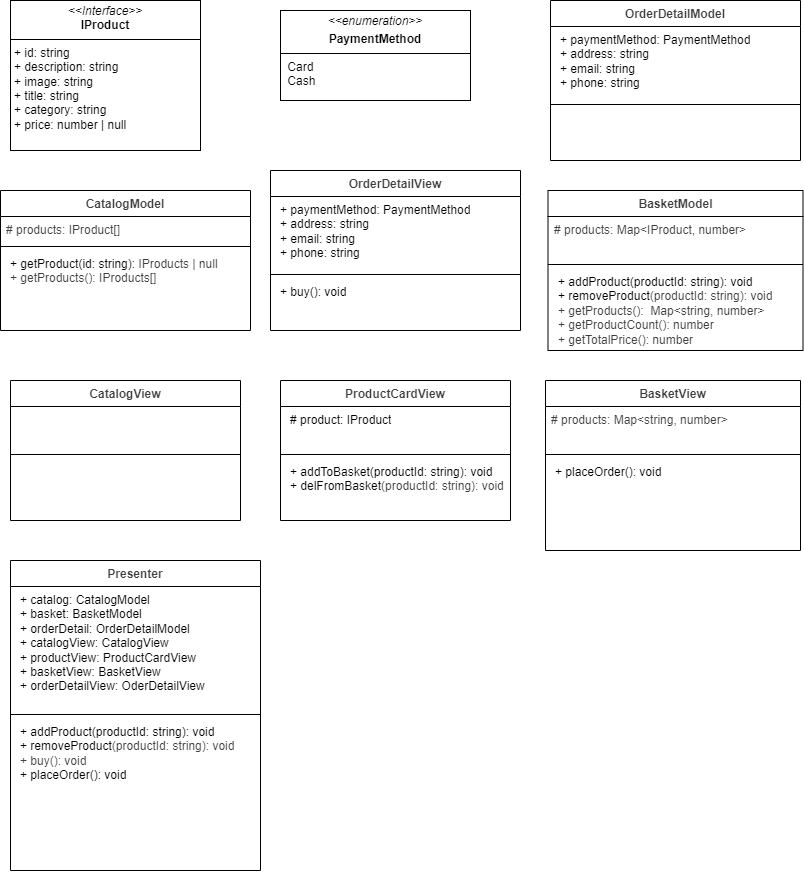
This is UML.drawio.png from NikolayMayorov/web-larek-frontend, a draw.io export, as it was before one commit. Source tidied: cells renumbered, new cells last; positions are measured from the earlier drawing's top-left corner, leaving out a move shared by most shapes. The source it was exported from:
```xml
<mxGraphModel>
  <root>
    <mxCell id="0" />
    <mxCell id="1" parent="0" />
    <mxCell id="2" value="&lt;p style=&quot;margin:0px;margin-top:4px;text-align:center;&quot;&gt;&lt;i&gt;&amp;lt;&amp;lt;Interface&amp;gt;&amp;gt;&lt;/i&gt;&lt;br&gt;&lt;b&gt;IProduct&lt;/b&gt;&lt;/p&gt;&lt;hr size=&quot;1&quot; style=&quot;border-style:solid;&quot;&gt;&lt;p style=&quot;margin:0px;margin-left:4px;&quot;&gt;+ id: string&lt;br&gt;+ description: string&lt;/p&gt;&lt;p style=&quot;margin:0px;margin-left:4px;&quot;&gt;+ image: string&lt;/p&gt;&lt;p style=&quot;margin:0px;margin-left:4px;&quot;&gt;+ title: string&lt;/p&gt;&lt;p style=&quot;margin:0px;margin-left:4px;&quot;&gt;+ category: string&lt;/p&gt;&lt;p style=&quot;margin:0px;margin-left:4px;&quot;&gt;+ price: number | null&lt;/p&gt;&lt;p style=&quot;margin:0px;margin-left:4px;&quot;&gt;&lt;br&gt;&lt;/p&gt;" style="verticalAlign=top;align=left;overflow=fill;html=1;whiteSpace=wrap;" parent="1" vertex="1">
      <mxGeometry x="10" width="190" height="150" as="geometry" />
    </mxCell>
    <mxCell id="3" value="&lt;p style=&quot;margin:0px;margin-top:4px;text-align:center;&quot;&gt;&lt;i&gt;&amp;lt;&amp;lt;&lt;/i&gt;&lt;span style=&quot;background-color: transparent; text-align: left;&quot;&gt;&lt;i&gt;enumeration&lt;/i&gt;&lt;/span&gt;&lt;i style=&quot;background-color: transparent;&quot;&gt;&amp;gt;&amp;gt;&lt;/i&gt;&lt;/p&gt;&lt;p style=&quot;margin:0px;margin-top:4px;text-align:center;&quot;&gt;&lt;b&gt;PaymentMethod&lt;/b&gt;&lt;/p&gt;&lt;hr size=&quot;1&quot; style=&quot;border-style:solid;&quot;&gt;&lt;p style=&quot;margin:0px;margin-left:4px;&quot;&gt;&amp;nbsp;Card&lt;/p&gt;&lt;p style=&quot;margin:0px;margin-left:4px;&quot;&gt;&amp;nbsp;Cash&lt;/p&gt;&lt;p style=&quot;margin:0px;margin-left:4px;&quot;&gt;&lt;br&gt;&lt;/p&gt;" style="verticalAlign=top;align=left;overflow=fill;html=1;whiteSpace=wrap;" parent="1" vertex="1">
      <mxGeometry x="280" y="10" width="190" height="90" as="geometry" />
    </mxCell>
    <mxCell id="4" value="&lt;b style=&quot;color: rgb(63, 63, 63);&quot;&gt;CatalogModel&lt;/b&gt;" style="swimlane;fontStyle=1;align=center;verticalAlign=top;horizontal=1;startSize=26;whiteSpace=wrap;html=1;" parent="1" vertex="1">
      <mxGeometry y="190" width="250" height="140" as="geometry" />
    </mxCell>
    <mxCell id="5" value="&lt;span style=&quot;color: rgb(63, 63, 63);&quot;&gt;# products: IProduct[]&lt;/span&gt;" style="text;strokeColor=none;fillColor=none;align=left;verticalAlign=top;spacingLeft=4;spacingRight=4;overflow=hidden;whiteSpace=wrap;html=1;" parent="4" vertex="1">
      <mxGeometry y="26" width="250" height="26" as="geometry" />
    </mxCell>
    <mxCell id="6" style="line;strokeWidth=1;fillColor=none;align=left;verticalAlign=middle;spacingTop=-1;spacingLeft=3;spacingRight=3;labelPosition=right;strokeColor=inherit;" parent="4" vertex="1">
      <mxGeometry y="52" width="250" height="8" as="geometry" />
    </mxCell>
    <mxCell id="7" value="&lt;p style=&quot;margin: 0px 0px 0px 4px;&quot;&gt;&lt;span style=&quot;background-color: transparent;&quot;&gt;+ getProduct(id: string):&amp;nbsp;&lt;/span&gt;&lt;span style=&quot;background-color: transparent; color: rgb(63, 63, 63);&quot;&gt;IProducts | null&lt;/span&gt;&lt;/p&gt;&lt;p style=&quot;margin: 0px 0px 0px 4px;&quot;&gt;&lt;span style=&quot;color: rgb(63, 63, 63);&quot;&gt;+ getProducts():&amp;nbsp;&lt;/span&gt;&lt;span style=&quot;color: rgb(63, 63, 63);&quot;&gt;IProducts[]&lt;/span&gt;&lt;/p&gt;" style="text;strokeColor=none;fillColor=none;align=left;verticalAlign=top;spacingLeft=4;spacingRight=4;overflow=hidden;whiteSpace=wrap;html=1;" parent="4" vertex="1">
      <mxGeometry y="60" width="250" height="80" as="geometry" />
    </mxCell>
    <mxCell id="8" value="&lt;b style=&quot;color: rgb(63, 63, 63);&quot;&gt;BasketModel&lt;/b&gt;" style="swimlane;fontStyle=1;align=center;verticalAlign=top;horizontal=1;startSize=26;whiteSpace=wrap;html=1;" parent="1" vertex="1">
      <mxGeometry x="547.5" y="190" width="255" height="160" as="geometry" />
    </mxCell>
    <mxCell id="9" value="&lt;span style=&quot;color: rgb(63, 63, 63);&quot;&gt;# products: Map&amp;lt;IProduct, number&amp;gt;&lt;/span&gt;" style="text;strokeColor=none;fillColor=none;align=left;verticalAlign=top;spacingLeft=4;spacingRight=4;overflow=hidden;whiteSpace=wrap;html=1;" parent="8" vertex="1">
      <mxGeometry y="26" width="255" height="44" as="geometry" />
    </mxCell>
    <mxCell id="10" style="line;strokeWidth=1;fillColor=none;align=left;verticalAlign=middle;spacingTop=-1;spacingLeft=3;spacingRight=3;labelPosition=right;strokeColor=inherit;" parent="8" vertex="1">
      <mxGeometry y="70" width="255" height="8" as="geometry" />
    </mxCell>
    <mxCell id="11" value="&lt;p style=&quot;margin: 0px 0px 0px 4px;&quot;&gt;+ addProduct(productId: string): void&lt;/p&gt;&lt;p style=&quot;margin: 0px 0px 0px 4px;&quot;&gt;+ removeProduct&lt;span style=&quot;background-color: transparent; color: rgb(63, 63, 63);&quot;&gt;(productId: string): void&lt;/span&gt;&lt;/p&gt;&lt;p style=&quot;margin: 0px 0px 0px 4px;&quot;&gt;&lt;span style=&quot;color: rgb(63, 63, 63);&quot;&gt;+ getProducts():&amp;nbsp;&amp;nbsp;&lt;/span&gt;&lt;span style=&quot;color: rgb(63, 63, 63); background-color: transparent;&quot;&gt;Map&amp;lt;string, number&amp;gt;&lt;/span&gt;&lt;/p&gt;&lt;p style=&quot;margin: 0px 0px 0px 4px;&quot;&gt;&lt;span style=&quot;color: rgb(63, 63, 63); background-color: transparent;&quot;&gt;&lt;span style=&quot;color: rgb(63, 63, 63);&quot;&gt;+ getProductCount(): number&lt;/span&gt;&lt;/span&gt;&lt;/p&gt;&lt;p style=&quot;margin: 0px 0px 0px 4px;&quot;&gt;&lt;span style=&quot;color: rgb(63, 63, 63);&quot;&gt;+ getTotalPrice(): number&lt;/span&gt;&lt;/p&gt;" style="text;strokeColor=none;fillColor=none;align=left;verticalAlign=top;spacingLeft=4;spacingRight=4;overflow=hidden;whiteSpace=wrap;html=1;" parent="8" vertex="1">
      <mxGeometry y="78" width="255" height="82" as="geometry" />
    </mxCell>
    <mxCell id="12" value="&lt;b style=&quot;color: rgb(63, 63, 63);&quot;&gt;ProductCardView&lt;/b&gt;&lt;div&gt;&lt;b style=&quot;color: rgb(63, 63, 63);&quot;&gt;&lt;br&gt;&lt;/b&gt;&lt;/div&gt;" style="swimlane;fontStyle=1;align=center;verticalAlign=top;horizontal=1;startSize=26;whiteSpace=wrap;html=1;" parent="1" vertex="1">
      <mxGeometry x="280" y="380" width="230" height="140" as="geometry" />
    </mxCell>
    <mxCell id="13" value="&lt;p style=&quot;margin: 0px 0px 0px 4px;&quot;&gt;# product: IProduct&lt;br&gt;&lt;/p&gt;&lt;p style=&quot;margin: 0px 0px 0px 4px;&quot;&gt;&lt;br style=&quot;color: rgb(63, 63, 63);&quot;&gt;&lt;/p&gt;" style="text;strokeColor=none;fillColor=none;align=left;verticalAlign=top;spacingLeft=4;spacingRight=4;overflow=hidden;whiteSpace=wrap;html=1;" parent="12" vertex="1">
      <mxGeometry y="26" width="230" height="44" as="geometry" />
    </mxCell>
    <mxCell id="14" style="line;strokeWidth=1;fillColor=none;align=left;verticalAlign=middle;spacingTop=-1;spacingLeft=3;spacingRight=3;labelPosition=right;strokeColor=inherit;" parent="12" vertex="1">
      <mxGeometry y="70" width="230" height="8" as="geometry" />
    </mxCell>
    <mxCell id="15" value="&lt;p style=&quot;margin: 0px 0px 0px 4px;&quot;&gt;+ addToBasket(productId: string): void&lt;/p&gt;&lt;p style=&quot;margin: 0px 0px 0px 4px;&quot;&gt;+ delFromBasket&lt;span style=&quot;background-color: transparent; color: rgb(63, 63, 63);&quot;&gt;(productId: string): void&lt;/span&gt;&lt;/p&gt;" style="text;strokeColor=none;fillColor=none;align=left;verticalAlign=top;spacingLeft=4;spacingRight=4;overflow=hidden;whiteSpace=wrap;html=1;" parent="12" vertex="1">
      <mxGeometry y="78" width="230" height="62" as="geometry" />
    </mxCell>
    <mxCell id="16" value="&lt;b style=&quot;color: rgb(63, 63, 63);&quot;&gt;BasketView&lt;/b&gt;" style="swimlane;fontStyle=1;align=center;verticalAlign=top;horizontal=1;startSize=26;whiteSpace=wrap;html=1;" parent="1" vertex="1">
      <mxGeometry x="545" y="380" width="255" height="170" as="geometry" />
    </mxCell>
    <mxCell id="17" value="&lt;span style=&quot;color: rgb(63, 63, 63);&quot;&gt;# products: Map&amp;lt;string, number&amp;gt;&lt;/span&gt;" style="text;strokeColor=none;fillColor=none;align=left;verticalAlign=top;spacingLeft=4;spacingRight=4;overflow=hidden;whiteSpace=wrap;html=1;" parent="16" vertex="1">
      <mxGeometry y="26" width="255" height="44" as="geometry" />
    </mxCell>
    <mxCell id="18" style="line;strokeWidth=1;fillColor=none;align=left;verticalAlign=middle;spacingTop=-1;spacingLeft=3;spacingRight=3;labelPosition=right;strokeColor=inherit;" parent="16" vertex="1">
      <mxGeometry y="70" width="255" height="8" as="geometry" />
    </mxCell>
    <mxCell id="19" value="&lt;p style=&quot;margin: 0px 0px 0px 4px;&quot;&gt;&lt;span style=&quot;background-color: transparent;&quot;&gt;+ placeOrder(): void&lt;/span&gt;&lt;/p&gt;&lt;p style=&quot;margin: 0px 0px 0px 4px;&quot;&gt;&lt;br&gt;&lt;/p&gt;" style="text;strokeColor=none;fillColor=none;align=left;verticalAlign=top;spacingLeft=4;spacingRight=4;overflow=hidden;whiteSpace=wrap;html=1;" parent="16" vertex="1">
      <mxGeometry y="78" width="255" height="92" as="geometry" />
    </mxCell>
    <mxCell id="20" value="&lt;b style=&quot;color: rgb(63, 63, 63);&quot;&gt;&lt;b style=&quot;color: rgb(63, 63, 63);&quot;&gt;OrderDetail&lt;/b&gt;Model&lt;/b&gt;" style="swimlane;fontStyle=1;align=center;verticalAlign=top;horizontal=1;startSize=26;whiteSpace=wrap;html=1;" parent="1" vertex="1">
      <mxGeometry x="550" width="250" height="160" as="geometry" />
    </mxCell>
    <mxCell id="21" value="&lt;p style=&quot;margin: 0px 0px 0px 4px;&quot;&gt;+ paymentMethod: PaymentMethod&lt;br&gt;+ address: string&lt;/p&gt;&lt;p style=&quot;margin: 0px 0px 0px 4px;&quot;&gt;+ email: string&lt;/p&gt;&lt;p style=&quot;margin: 0px 0px 0px 4px;&quot;&gt;+ phone: string&lt;/p&gt;" style="text;strokeColor=none;fillColor=none;align=left;verticalAlign=top;spacingLeft=4;spacingRight=4;overflow=hidden;whiteSpace=wrap;html=1;" parent="20" vertex="1">
      <mxGeometry y="26" width="250" height="74" as="geometry" />
    </mxCell>
    <mxCell id="22" style="line;strokeWidth=1;fillColor=none;align=left;verticalAlign=middle;spacingTop=-1;spacingLeft=3;spacingRight=3;labelPosition=right;strokeColor=inherit;" parent="20" vertex="1">
      <mxGeometry y="100" width="250" height="8" as="geometry" />
    </mxCell>
    <mxCell id="23" value="&lt;p style=&quot;margin: 0px 0px 0px 4px;&quot;&gt;&lt;br&gt;&lt;/p&gt;" style="text;strokeColor=none;fillColor=none;align=left;verticalAlign=top;spacingLeft=4;spacingRight=4;overflow=hidden;whiteSpace=wrap;html=1;" parent="20" vertex="1">
      <mxGeometry y="108" width="250" height="52" as="geometry" />
    </mxCell>
    <mxCell id="24" value="&lt;b style=&quot;color: rgb(63, 63, 63);&quot;&gt;CatalogView&lt;/b&gt;&lt;div&gt;&lt;b style=&quot;color: rgb(63, 63, 63);&quot;&gt;&lt;br&gt;&lt;/b&gt;&lt;/div&gt;" style="swimlane;fontStyle=1;align=center;verticalAlign=top;horizontal=1;startSize=26;whiteSpace=wrap;html=1;" parent="1" vertex="1">
      <mxGeometry x="10" y="380" width="230" height="140" as="geometry" />
    </mxCell>
    <mxCell id="25" value="&lt;p style=&quot;margin: 0px 0px 0px 4px;&quot;&gt;&lt;br&gt;&lt;/p&gt;" style="text;strokeColor=none;fillColor=none;align=left;verticalAlign=top;spacingLeft=4;spacingRight=4;overflow=hidden;whiteSpace=wrap;html=1;" parent="24" vertex="1">
      <mxGeometry y="26" width="230" height="44" as="geometry" />
    </mxCell>
    <mxCell id="26" style="line;strokeWidth=1;fillColor=none;align=left;verticalAlign=middle;spacingTop=-1;spacingLeft=3;spacingRight=3;labelPosition=right;strokeColor=inherit;" parent="24" vertex="1">
      <mxGeometry y="70" width="230" height="8" as="geometry" />
    </mxCell>
    <mxCell id="27" value="&lt;p style=&quot;margin: 0px 0px 0px 4px;&quot;&gt;&lt;br&gt;&lt;/p&gt;" style="text;strokeColor=none;fillColor=none;align=left;verticalAlign=top;spacingLeft=4;spacingRight=4;overflow=hidden;whiteSpace=wrap;html=1;" parent="24" vertex="1">
      <mxGeometry y="78" width="230" height="62" as="geometry" />
    </mxCell>
    <mxCell id="28" value="&lt;b style=&quot;color: rgb(63, 63, 63);&quot;&gt;&lt;b style=&quot;color: rgb(63, 63, 63);&quot;&gt;OrderDetailView&lt;/b&gt;&lt;/b&gt;" style="swimlane;fontStyle=1;align=center;verticalAlign=top;horizontal=1;startSize=26;whiteSpace=wrap;html=1;" parent="1" vertex="1">
      <mxGeometry x="270" y="170" width="250" height="160" as="geometry" />
    </mxCell>
    <mxCell id="29" value="&lt;p style=&quot;margin: 0px 0px 0px 4px;&quot;&gt;+ paymentMethod: PaymentMethod&lt;br&gt;+ address: string&lt;/p&gt;&lt;p style=&quot;margin: 0px 0px 0px 4px;&quot;&gt;+ email: string&lt;/p&gt;&lt;p style=&quot;margin: 0px 0px 0px 4px;&quot;&gt;+ phone: string&lt;/p&gt;" style="text;strokeColor=none;fillColor=none;align=left;verticalAlign=top;spacingLeft=4;spacingRight=4;overflow=hidden;whiteSpace=wrap;html=1;" parent="28" vertex="1">
      <mxGeometry y="26" width="250" height="74" as="geometry" />
    </mxCell>
    <mxCell id="30" style="line;strokeWidth=1;fillColor=none;align=left;verticalAlign=middle;spacingTop=-1;spacingLeft=3;spacingRight=3;labelPosition=right;strokeColor=inherit;" parent="28" vertex="1">
      <mxGeometry y="100" width="250" height="8" as="geometry" />
    </mxCell>
    <mxCell id="31" value="&lt;p style=&quot;margin: 0px 0px 0px 4px;&quot;&gt;&lt;span style=&quot;background-color: transparent;&quot;&gt;+ buy(): void&lt;/span&gt;&lt;/p&gt;" style="text;strokeColor=none;fillColor=none;align=left;verticalAlign=top;spacingLeft=4;spacingRight=4;overflow=hidden;whiteSpace=wrap;html=1;" parent="28" vertex="1">
      <mxGeometry y="108" width="250" height="52" as="geometry" />
    </mxCell>
    <mxCell id="32" value="&lt;b style=&quot;color: rgb(63, 63, 63);&quot;&gt;&lt;b style=&quot;color: rgb(63, 63, 63);&quot;&gt;Presenter&lt;/b&gt;&lt;/b&gt;" style="swimlane;fontStyle=1;align=center;verticalAlign=top;horizontal=1;startSize=26;whiteSpace=wrap;html=1;" parent="1" vertex="1">
      <mxGeometry x="10" y="560" width="250" height="310" as="geometry" />
    </mxCell>
    <mxCell id="33" value="&lt;p style=&quot;margin: 0px 0px 0px 4px;&quot;&gt;+ catalog: CatalogModel&lt;/p&gt;&lt;p style=&quot;margin: 0px 0px 0px 4px;&quot;&gt;+ basket: BasketModel&lt;/p&gt;&lt;p style=&quot;margin: 0px 0px 0px 4px;&quot;&gt;+ orderDetail: OrderDetailModel&lt;/p&gt;&lt;p style=&quot;margin: 0px 0px 0px 4px;&quot;&gt;+ catalogView: CatalogView&lt;/p&gt;&lt;p style=&quot;margin: 0px 0px 0px 4px;&quot;&gt;+ productView: ProductCardView&lt;/p&gt;&lt;p style=&quot;margin: 0px 0px 0px 4px;&quot;&gt;+ basketView: BasketView&lt;/p&gt;&lt;p style=&quot;margin: 0px 0px 0px 4px;&quot;&gt;+ orderDetailView: OderDetailView&lt;/p&gt;&lt;p style=&quot;margin: 0px 0px 0px 4px;&quot;&gt;&lt;br&gt;&lt;/p&gt;" style="text;strokeColor=none;fillColor=none;align=left;verticalAlign=top;spacingLeft=4;spacingRight=4;overflow=hidden;whiteSpace=wrap;html=1;" parent="32" vertex="1">
      <mxGeometry y="26" width="250" height="124" as="geometry" />
    </mxCell>
    <mxCell id="34" style="line;strokeWidth=1;fillColor=none;align=left;verticalAlign=middle;spacingTop=-1;spacingLeft=3;spacingRight=3;labelPosition=right;strokeColor=inherit;" parent="32" vertex="1">
      <mxGeometry y="150" width="250" height="8" as="geometry" />
    </mxCell>
    <mxCell id="35" value="&lt;p style=&quot;margin: 0px 0px 0px 4px;&quot;&gt;+ addProduct(productId: string): void&lt;/p&gt;&lt;p style=&quot;margin: 0px 0px 0px 4px;&quot;&gt;+ removeProduct&lt;span style=&quot;background-color: transparent; color: rgb(63, 63, 63);&quot;&gt;(productId: string): void&lt;/span&gt;&lt;/p&gt;&lt;p style=&quot;margin: 0px 0px 0px 4px;&quot;&gt;&lt;span style=&quot;background-color: transparent; color: rgb(63, 63, 63);&quot;&gt;&lt;span style=&quot;color: rgb(63, 63, 63);&quot;&gt;+ buy(): void&lt;/span&gt;&lt;/span&gt;&lt;/p&gt;&lt;p style=&quot;margin: 0px 0px 0px 4px;&quot;&gt;&lt;span style=&quot;background-color: transparent;&quot;&gt;+ placeOrder(): void&lt;/span&gt;&lt;/p&gt;&lt;p style=&quot;margin: 0px 0px 0px 4px;&quot;&gt;&lt;span style=&quot;background-color: transparent; color: rgb(63, 63, 63);&quot;&gt;&lt;span style=&quot;color: rgb(63, 63, 63);&quot;&gt;&lt;/span&gt;&lt;/span&gt;&lt;/p&gt;&lt;p style=&quot;margin: 0px 0px 0px 4px;&quot;&gt;&lt;br style=&quot;color: rgb(63, 63, 63);&quot;&gt;&lt;/p&gt;" style="text;strokeColor=none;fillColor=none;align=left;verticalAlign=top;spacingLeft=4;spacingRight=4;overflow=hidden;whiteSpace=wrap;html=1;" parent="32" vertex="1">
      <mxGeometry y="158" width="250" height="152" as="geometry" />
    </mxCell>
  </root>
</mxGraphModel>
```
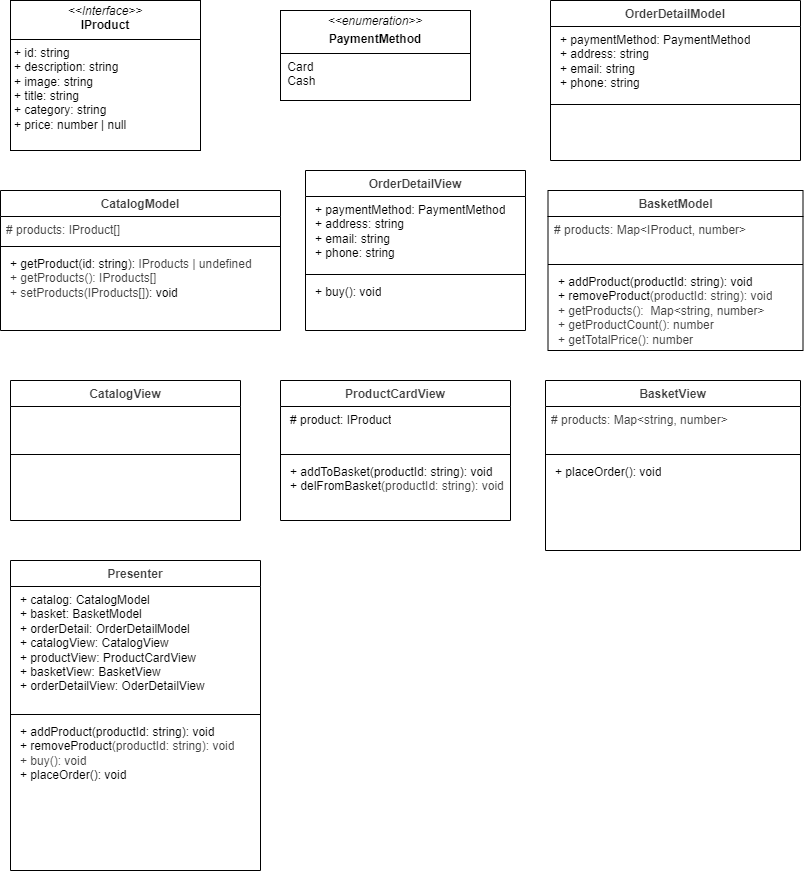
Above is the later version.

What changed in the source:
```diff
@@ -9,16 +9,16 @@
       <mxGeometry x="280" y="10" width="190" height="90" as="geometry" />
     </mxCell>
     <mxCell id="4" value="&lt;b style=&quot;color: rgb(63, 63, 63);&quot;&gt;CatalogModel&lt;/b&gt;" style="swimlane;fontStyle=1;align=center;verticalAlign=top;horizontal=1;startSize=26;whiteSpace=wrap;html=1;" parent="1" vertex="1">
-      <mxGeometry y="190" width="250" height="140" as="geometry" />
+      <mxGeometry y="190" width="280" height="140" as="geometry" />
     </mxCell>
     <mxCell id="5" value="&lt;span style=&quot;color: rgb(63, 63, 63);&quot;&gt;# products: IProduct[]&lt;/span&gt;" style="text;strokeColor=none;fillColor=none;align=left;verticalAlign=top;spacingLeft=4;spacingRight=4;overflow=hidden;whiteSpace=wrap;html=1;" parent="4" vertex="1">
-      <mxGeometry y="26" width="250" height="26" as="geometry" />
+      <mxGeometry y="26" width="280" height="26" as="geometry" />
     </mxCell>
     <mxCell id="6" style="line;strokeWidth=1;fillColor=none;align=left;verticalAlign=middle;spacingTop=-1;spacingLeft=3;spacingRight=3;labelPosition=right;strokeColor=inherit;" parent="4" vertex="1">
-      <mxGeometry y="52" width="250" height="8" as="geometry" />
+      <mxGeometry y="52" width="280" height="8" as="geometry" />
     </mxCell>
-    <mxCell id="7" value="&lt;p style=&quot;margin: 0px 0px 0px 4px;&quot;&gt;&lt;span style=&quot;background-color: transparent;&quot;&gt;+ getProduct(id: string):&amp;nbsp;&lt;/span&gt;&lt;span style=&quot;background-color: transparent; color: rgb(63, 63, 63);&quot;&gt;IProducts | null&lt;/span&gt;&lt;/p&gt;&lt;p style=&quot;margin: 0px 0px 0px 4px;&quot;&gt;&lt;span style=&quot;color: rgb(63, 63, 63);&quot;&gt;+ getProducts():&amp;nbsp;&lt;/span&gt;&lt;span style=&quot;color: rgb(63, 63, 63);&quot;&gt;IProducts[]&lt;/span&gt;&lt;/p&gt;" style="text;strokeColor=none;fillColor=none;align=left;verticalAlign=top;spacingLeft=4;spacingRight=4;overflow=hidden;whiteSpace=wrap;html=1;" parent="4" vertex="1">
-      <mxGeometry y="60" width="250" height="80" as="geometry" />
+    <mxCell id="7" value="&lt;p style=&quot;margin: 0px 0px 0px 4px;&quot;&gt;&lt;span style=&quot;background-color: transparent;&quot;&gt;+ getProduct(id: string):&amp;nbsp;&lt;/span&gt;&lt;span style=&quot;background-color: transparent; color: rgb(63, 63, 63);&quot;&gt;IProducts | undefined&lt;/span&gt;&lt;/p&gt;&lt;p style=&quot;margin: 0px 0px 0px 4px;&quot;&gt;&lt;span style=&quot;color: rgb(63, 63, 63);&quot;&gt;+ getProducts():&amp;nbsp;&lt;/span&gt;&lt;span style=&quot;color: rgb(63, 63, 63);&quot;&gt;IProducts[]&lt;/span&gt;&lt;/p&gt;&lt;p style=&quot;margin: 0px 0px 0px 4px;&quot;&gt;&lt;span style=&quot;color: rgb(63, 63, 63);&quot;&gt;+ setProducts(&lt;/span&gt;&lt;span style=&quot;color: rgb(63, 63, 63); background-color: transparent;&quot;&gt;IProducts[]&lt;/span&gt;&lt;span style=&quot;background-color: transparent;&quot;&gt;): void&lt;/span&gt;&lt;/p&gt;" style="text;strokeColor=none;fillColor=none;align=left;verticalAlign=top;spacingLeft=4;spacingRight=4;overflow=hidden;whiteSpace=wrap;html=1;" parent="4" vertex="1">
+      <mxGeometry y="60" width="280" height="80" as="geometry" />
     </mxCell>
     <mxCell id="8" value="&lt;b style=&quot;color: rgb(63, 63, 63);&quot;&gt;BasketModel&lt;/b&gt;" style="swimlane;fontStyle=1;align=center;verticalAlign=top;horizontal=1;startSize=26;whiteSpace=wrap;html=1;" parent="1" vertex="1">
       <mxGeometry x="547.5" y="190" width="255" height="160" as="geometry" />
@@ -81,16 +81,16 @@
       <mxGeometry y="78" width="230" height="62" as="geometry" />
     </mxCell>
     <mxCell id="28" value="&lt;b style=&quot;color: rgb(63, 63, 63);&quot;&gt;&lt;b style=&quot;color: rgb(63, 63, 63);&quot;&gt;OrderDetailView&lt;/b&gt;&lt;/b&gt;" style="swimlane;fontStyle=1;align=center;verticalAlign=top;horizontal=1;startSize=26;whiteSpace=wrap;html=1;" parent="1" vertex="1">
-      <mxGeometry x="270" y="170" width="250" height="160" as="geometry" />
+      <mxGeometry x="305" y="170" width="220" height="160" as="geometry" />
     </mxCell>
     <mxCell id="29" value="&lt;p style=&quot;margin: 0px 0px 0px 4px;&quot;&gt;+ paymentMethod: PaymentMethod&lt;br&gt;+ address: string&lt;/p&gt;&lt;p style=&quot;margin: 0px 0px 0px 4px;&quot;&gt;+ email: string&lt;/p&gt;&lt;p style=&quot;margin: 0px 0px 0px 4px;&quot;&gt;+ phone: string&lt;/p&gt;" style="text;strokeColor=none;fillColor=none;align=left;verticalAlign=top;spacingLeft=4;spacingRight=4;overflow=hidden;whiteSpace=wrap;html=1;" parent="28" vertex="1">
-      <mxGeometry y="26" width="250" height="74" as="geometry" />
+      <mxGeometry y="26" width="220" height="74" as="geometry" />
     </mxCell>
     <mxCell id="30" style="line;strokeWidth=1;fillColor=none;align=left;verticalAlign=middle;spacingTop=-1;spacingLeft=3;spacingRight=3;labelPosition=right;strokeColor=inherit;" parent="28" vertex="1">
-      <mxGeometry y="100" width="250" height="8" as="geometry" />
+      <mxGeometry y="100" width="220" height="8" as="geometry" />
     </mxCell>
     <mxCell id="31" value="&lt;p style=&quot;margin: 0px 0px 0px 4px;&quot;&gt;&lt;span style=&quot;background-color: transparent;&quot;&gt;+ buy(): void&lt;/span&gt;&lt;/p&gt;" style="text;strokeColor=none;fillColor=none;align=left;verticalAlign=top;spacingLeft=4;spacingRight=4;overflow=hidden;whiteSpace=wrap;html=1;" parent="28" vertex="1">
-      <mxGeometry y="108" width="250" height="52" as="geometry" />
+      <mxGeometry y="108" width="220" height="52" as="geometry" />
     </mxCell>
     <mxCell id="32" value="&lt;b style=&quot;color: rgb(63, 63, 63);&quot;&gt;&lt;b style=&quot;color: rgb(63, 63, 63);&quot;&gt;Presenter&lt;/b&gt;&lt;/b&gt;" style="swimlane;fontStyle=1;align=center;verticalAlign=top;horizontal=1;startSize=26;whiteSpace=wrap;html=1;" parent="1" vertex="1">
       <mxGeometry x="10" y="560" width="250" height="310" as="geometry" />
```
